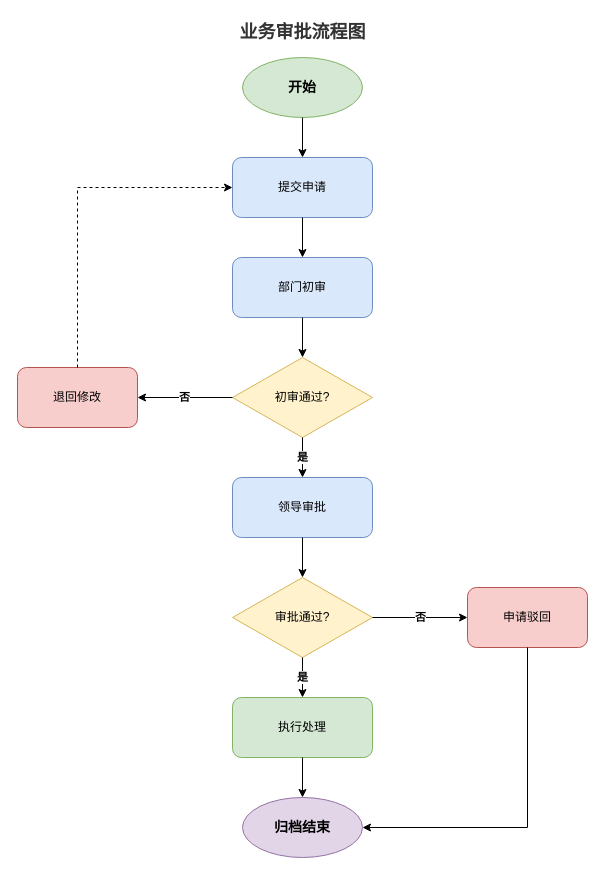
Above: approval_flowchart.drawio in nilecui/diagram_wk (draw.io), before the change. Source tidied: cells renumbered, new cells numbered last; positions are measured from the earlier drawing's top-left corner, leaving out a move shared by most shapes. Both pictures are drawn from the tidied source at 100%, with x=0, y=0 at pixel (17, 17).
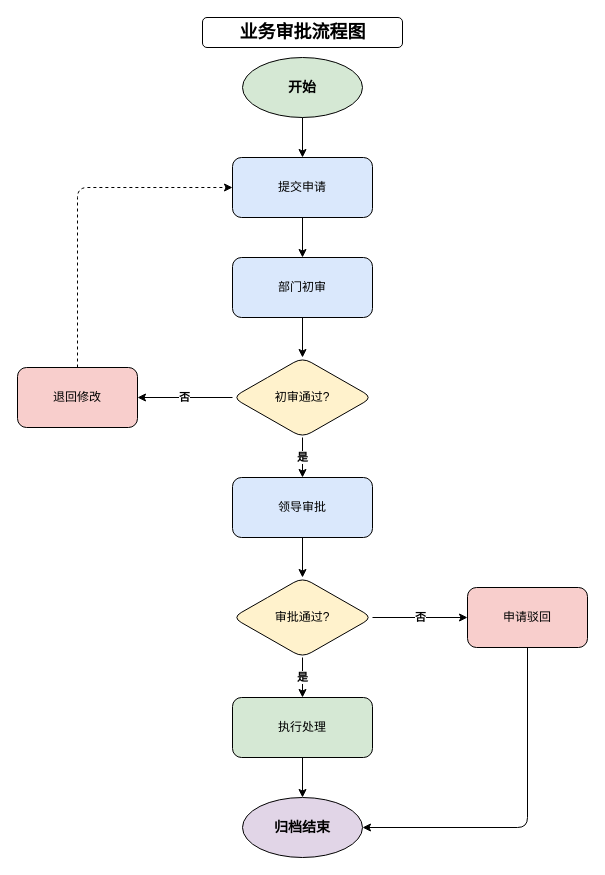
Above is the later version.

Commit message (it also covers changes not shown here):
Refactor Draw.io diagrams and update README for improved clarity and functionality. Removed obsolete image file and enhanced flowchart and WBS diagrams with updated styles and connections.

Change to the diagram source:
```diff
@@
-<mxGraphModel>
+<mxGraphModel background="#ffffff">
@@
-    <mxCell id="2" value="开始" style="ellipse;whiteSpace=wrap;html=1;fillColor=#d5e8d4;strokeColor=#82b366;fontStyle=1;fontSize=14;" parent="1" vertex="1">
+    <mxCell id="2" value="开始" style="ellipse;whiteSpace=wrap;html=1;fillColor=#d5e8d4;strokeColor=#000000;fontStyle=1;fontSize=14;rounded=1;fontColor=#000000;" parent="1" vertex="1">
       <mxGeometry x="225" y="40" width="120" height="60" as="geometry" />
     </mxCell>
-    <mxCell id="3" value="提交申请" style="rounded=1;whiteSpace=wrap;html=1;fillColor=#dae8fc;strokeColor=#6c8ebf;fontSize=12;" parent="1" vertex="1">
+    <mxCell id="3" value="提交申请" style="rounded=1;whiteSpace=wrap;html=1;fillColor=#dae8fc;strokeColor=#000000;fontSize=12;fontColor=#000000;" parent="1" vertex="1">
       <mxGeometry x="215" y="140" width="140" height="60" as="geometry" />
     </mxCell>
-    <mxCell id="4" style="edgeStyle=orthogonalEdgeStyle;rounded=0;jettySize=auto;html=1;exitX=0.5;exitY=1;exitDx=0;exitDy=0;entryX=0.5;entryY=0;entryDx=0;entryDy=0;endArrow=classic;endFill=1;" parent="1" edge="1" source="2" target="3">
+    <mxCell id="4" style="edgeStyle=orthogonalEdgeStyle;rounded=1;jettySize=auto;html=1;exitX=0.5;exitY=1;exitDx=0;exitDy=0;entryX=0.5;entryY=0;entryDx=0;entryDy=0;endArrow=classic;endFill=1;fontColor=#000000;strokeColor=#000000;" parent="1" edge="1" source="2" target="3">
       <mxGeometry relative="1" as="geometry" />
     </mxCell>
-    <mxCell id="5" value="部门初审" style="rounded=1;whiteSpace=wrap;html=1;fillColor=#dae8fc;strokeColor=#6c8ebf;fontSize=12;" parent="1" vertex="1">
+    <mxCell id="5" value="部门初审" style="rounded=1;whiteSpace=wrap;html=1;fillColor=#dae8fc;strokeColor=#000000;fontSize=12;fontColor=#000000;" parent="1" vertex="1">
       <mxGeometry x="215" y="240" width="140" height="60" as="geometry" />
     </mxCell>
-    <mxCell id="6" style="edgeStyle=orthogonalEdgeStyle;rounded=0;jettySize=auto;html=1;exitX=0.5;exitY=1;exitDx=0;exitDy=0;entryX=0.5;entryY=0;entryDx=0;entryDy=0;endArrow=classic;endFill=1;" parent="1" edge="1" source="3" target="5">
+    <mxCell id="6" style="edgeStyle=orthogonalEdgeStyle;rounded=1;jettySize=auto;html=1;exitX=0.5;exitY=1;exitDx=0;exitDy=0;entryX=0.5;entryY=0;entryDx=0;entryDy=0;endArrow=classic;endFill=1;fontColor=#000000;strokeColor=#000000;" parent="1" edge="1" source="3" target="5">
       <mxGeometry relative="1" as="geometry" />
     </mxCell>
-    <mxCell id="7" value="初审通过?" style="rhombus;whiteSpace=wrap;html=1;fillColor=#fff2cc;strokeColor=#d6b656;fontSize=12;" parent="1" vertex="1">
+    <mxCell id="7" value="初审通过?" style="rhombus;whiteSpace=wrap;html=1;fillColor=#fff2cc;strokeColor=#000000;fontSize=12;rounded=1;fontColor=#000000;" parent="1" vertex="1">
       <mxGeometry x="215" y="340" width="140" height="80" as="geometry" />
     </mxCell>
-    <mxCell id="8" style="edgeStyle=orthogonalEdgeStyle;rounded=0;jettySize=auto;html=1;exitX=0.5;exitY=1;exitDx=0;exitDy=0;entryX=0.5;entryY=0;entryDx=0;entryDy=0;endArrow=classic;endFill=1;" parent="1" edge="1" source="5" target="7">
+    <mxCell id="8" style="edgeStyle=orthogonalEdgeStyle;rounded=1;jettySize=auto;html=1;exitX=0.5;exitY=1;exitDx=0;exitDy=0;entryX=0.5;entryY=0;entryDx=0;entryDy=0;endArrow=classic;endFill=1;fontColor=#000000;strokeColor=#000000;" parent="1" edge="1" source="5" target="7">
       <mxGeometry relative="1" as="geometry" />
     </mxCell>
-    <mxCell id="9" value="退回修改" style="rounded=1;whiteSpace=wrap;html=1;fillColor=#f8cecc;strokeColor=#b85450;fontSize=12;" parent="1" vertex="1">
+    <mxCell id="9" value="退回修改" style="rounded=1;whiteSpace=wrap;html=1;fillColor=#f8cecc;strokeColor=#000000;fontSize=12;fontColor=#000000;" parent="1" vertex="1">
       <mxGeometry y="350" width="120" height="60" as="geometry" />
     </mxCell>
-    <mxCell id="10" value="否" style="edgeStyle=orthogonalEdgeStyle;rounded=0;jettySize=auto;html=1;exitX=0;exitY=0.5;exitDx=0;exitDy=0;entryX=1;entryY=0.5;entryDx=0;entryDy=0;endArrow=classic;endFill=1;fontStyle=1;" parent="1" edge="1" source="7" target="9">
+    <mxCell id="10" value="否" style="edgeStyle=orthogonalEdgeStyle;rounded=1;jettySize=auto;html=1;exitX=0;exitY=0.5;exitDx=0;exitDy=0;entryX=1;entryY=0.5;entryDx=0;entryDy=0;endArrow=classic;endFill=1;fontStyle=1;fontColor=#000000;strokeColor=#000000;" parent="1" edge="1" source="7" target="9">
       <mxGeometry relative="1" as="geometry" />
     </mxCell>
-    <mxCell id="11" style="edgeStyle=orthogonalEdgeStyle;rounded=0;jettySize=auto;html=1;exitX=0.5;exitY=0;exitDx=0;exitDy=0;entryX=0;entryY=0.5;entryDx=0;entryDy=0;endArrow=classic;endFill=1;dashed=1;" parent="1" edge="1" source="9" target="3">
+    <mxCell id="11" style="edgeStyle=orthogonalEdgeStyle;rounded=1;jettySize=auto;html=1;exitX=0.5;exitY=0;exitDx=0;exitDy=0;entryX=0;entryY=0.5;entryDx=0;entryDy=0;endArrow=classic;endFill=1;dashed=1;fontColor=#000000;strokeColor=#000000;" parent="1" edge="1" source="9" target="3">
       <mxGeometry relative="1" as="geometry">
         <Array as="points">
           <mxPoint x="60" y="170" />
         </Array>
       </mxGeometry>
     </mxCell>
-    <mxCell id="12" value="领导审批" style="rounded=1;whiteSpace=wrap;html=1;fillColor=#dae8fc;strokeColor=#6c8ebf;fontSize=12;" parent="1" vertex="1">
+    <mxCell id="12" value="领导审批" style="rounded=1;whiteSpace=wrap;html=1;fillColor=#dae8fc;strokeColor=#000000;fontSize=12;fontColor=#000000;" parent="1" vertex="1">
       <mxGeometry x="215" y="460" width="140" height="60" as="geometry" />
     </mxCell>
-    <mxCell id="13" value="是" style="edgeStyle=orthogonalEdgeStyle;rounded=0;jettySize=auto;html=1;exitX=0.5;exitY=1;exitDx=0;exitDy=0;entryX=0.5;entryY=0;entryDx=0;entryDy=0;endArrow=classic;endFill=1;fontStyle=1;" parent="1" edge="1" source="7" target="12">
+    <mxCell id="13" value="是" style="edgeStyle=orthogonalEdgeStyle;rounded=1;jettySize=auto;html=1;exitX=0.5;exitY=1;exitDx=0;exitDy=0;entryX=0.5;entryY=0;entryDx=0;entryDy=0;endArrow=classic;endFill=1;fontStyle=1;fontColor=#000000;strokeColor=#000000;" parent="1" edge="1" source="7" target="12">
       <mxGeometry relative="1" as="geometry" />
     </mxCell>
-    <mxCell id="14" value="审批通过?" style="rhombus;whiteSpace=wrap;html=1;fillColor=#fff2cc;strokeColor=#d6b656;fontSize=12;" parent="1" vertex="1">
+    <mxCell id="14" value="审批通过?" style="rhombus;whiteSpace=wrap;html=1;fillColor=#fff2cc;strokeColor=#000000;fontSize=12;rounded=1;fontColor=#000000;" parent="1" vertex="1">
       <mxGeometry x="215" y="560" width="140" height="80" as="geometry" />
     </mxCell>
-    <mxCell id="15" style="edgeStyle=orthogonalEdgeStyle;rounded=0;jettySize=auto;html=1;exitX=0.5;exitY=1;exitDx=0;exitDy=0;entryX=0.5;entryY=0;entryDx=0;entryDy=0;endArrow=classic;endFill=1;" parent="1" edge="1" source="12" target="14">
+    <mxCell id="15" style="edgeStyle=orthogonalEdgeStyle;rounded=1;jettySize=auto;html=1;exitX=0.5;exitY=1;exitDx=0;exitDy=0;entryX=0.5;entryY=0;entryDx=0;entryDy=0;endArrow=classic;endFill=1;fontColor=#000000;strokeColor=#000000;" parent="1" edge="1" source="12" target="14">
       <mxGeometry relative="1" as="geometry" />
     </mxCell>
-    <mxCell id="16" value="申请驳回" style="rounded=1;whiteSpace=wrap;html=1;fillColor=#f8cecc;strokeColor=#b85450;fontSize=12;" parent="1" vertex="1">
+    <mxCell id="16" value="申请驳回" style="rounded=1;whiteSpace=wrap;html=1;fillColor=#f8cecc;strokeColor=#000000;fontSize=12;fontColor=#000000;" parent="1" vertex="1">
       <mxGeometry x="450" y="570" width="120" height="60" as="geometry" />
     </mxCell>
-    <mxCell id="17" value="否" style="edgeStyle=orthogonalEdgeStyle;rounded=0;jettySize=auto;html=1;exitX=1;exitY=0.5;exitDx=0;exitDy=0;entryX=0;entryY=0.5;entryDx=0;entryDy=0;endArrow=classic;endFill=1;fontStyle=1;" parent="1" edge="1" source="14" target="16">
+    <mxCell id="17" value="否" style="edgeStyle=orthogonalEdgeStyle;rounded=1;jettySize=auto;html=1;exitX=1;exitY=0.5;exitDx=0;exitDy=0;entryX=0;entryY=0.5;entryDx=0;entryDy=0;endArrow=classic;endFill=1;fontStyle=1;fontColor=#000000;strokeColor=#000000;" parent="1" edge="1" source="14" target="16">
       <mxGeometry relative="1" as="geometry" />
     </mxCell>
-    <mxCell id="18" value="执行处理" style="rounded=1;whiteSpace=wrap;html=1;fillColor=#d5e8d4;strokeColor=#82b366;fontSize=12;" parent="1" vertex="1">
+    <mxCell id="18" value="执行处理" style="rounded=1;whiteSpace=wrap;html=1;fillColor=#d5e8d4;strokeColor=#000000;fontSize=12;fontColor=#000000;" parent="1" vertex="1">
       <mxGeometry x="215" y="680" width="140" height="60" as="geometry" />
     </mxCell>
-    <mxCell id="19" value="是" style="edgeStyle=orthogonalEdgeStyle;rounded=0;jettySize=auto;html=1;exitX=0.5;exitY=1;exitDx=0;exitDy=0;entryX=0.5;entryY=0;entryDx=0;entryDy=0;endArrow=classic;endFill=1;fontStyle=1;" parent="1" edge="1" source="14" target="18">
+    <mxCell id="19" value="是" style="edgeStyle=orthogonalEdgeStyle;rounded=1;jettySize=auto;html=1;exitX=0.5;exitY=1;exitDx=0;exitDy=0;entryX=0.5;entryY=0;entryDx=0;entryDy=0;endArrow=classic;endFill=1;fontStyle=1;fontColor=#000000;strokeColor=#000000;" parent="1" edge="1" source="14" target="18">
       <mxGeometry relative="1" as="geometry" />
     </mxCell>
-    <mxCell id="20" value="归档结束" style="ellipse;whiteSpace=wrap;html=1;fillColor=#e1d5e7;strokeColor=#9673a6;fontStyle=1;fontSize=14;" parent="1" vertex="1">
+    <mxCell id="20" value="归档结束" style="ellipse;whiteSpace=wrap;html=1;fillColor=#e1d5e7;strokeColor=#000000;fontStyle=1;fontSize=14;rounded=1;fontColor=#000000;" parent="1" vertex="1">
       <mxGeometry x="225" y="780" width="120" height="60" as="geometry" />
     </mxCell>
-    <mxCell id="21" style="edgeStyle=orthogonalEdgeStyle;rounded=0;jettySize=auto;html=1;exitX=0.5;exitY=1;exitDx=0;exitDy=0;entryX=0.5;entryY=0;entryDx=0;entryDy=0;endArrow=classic;endFill=1;" parent="1" edge="1" source="18" target="20">
+    <mxCell id="21" style="edgeStyle=orthogonalEdgeStyle;rounded=1;jettySize=auto;html=1;exitX=0.5;exitY=1;exitDx=0;exitDy=0;entryX=0.5;entryY=0;entryDx=0;entryDy=0;endArrow=classic;endFill=1;fontColor=#000000;strokeColor=#000000;" parent="1" edge="1" source="18" target="20">
       <mxGeometry relative="1" as="geometry" />
     </mxCell>
-    <mxCell id="22" style="edgeStyle=orthogonalEdgeStyle;rounded=0;jettySize=auto;html=1;exitX=0.5;exitY=1;exitDx=0;exitDy=0;entryX=1;entryY=0.5;entryDx=0;entryDy=0;endArrow=classic;endFill=1;" parent="1" edge="1" source="16" target="20">
+    <mxCell id="22" style="edgeStyle=orthogonalEdgeStyle;rounded=1;jettySize=auto;html=1;exitX=0.5;exitY=1;exitDx=0;exitDy=0;entryX=1;entryY=0.5;entryDx=0;entryDy=0;endArrow=classic;endFill=1;fontColor=#000000;strokeColor=#000000;" parent="1" edge="1" source="16" target="20">
       <mxGeometry relative="1" as="geometry">
         <Array as="points">
           <mxPoint x="510" y="810" />
         </Array>
       </mxGeometry>
     </mxCell>
-    <mxCell id="23" value="业务审批流程图" style="text;html=1;align=center;verticalAlign=middle;fontSize=18;fontStyle=1;fontColor=#333333;" parent="1" vertex="1">
+    <mxCell id="23" value="业务审批流程图" style="text;html=1;align=center;verticalAlign=middle;fontSize=18;fontStyle=1;fontColor=#000000;rounded=1;strokeColor=#000000;" parent="1" vertex="1">
       <mxGeometry x="185" width="200" height="30" as="geometry" />
     </mxCell>
```
